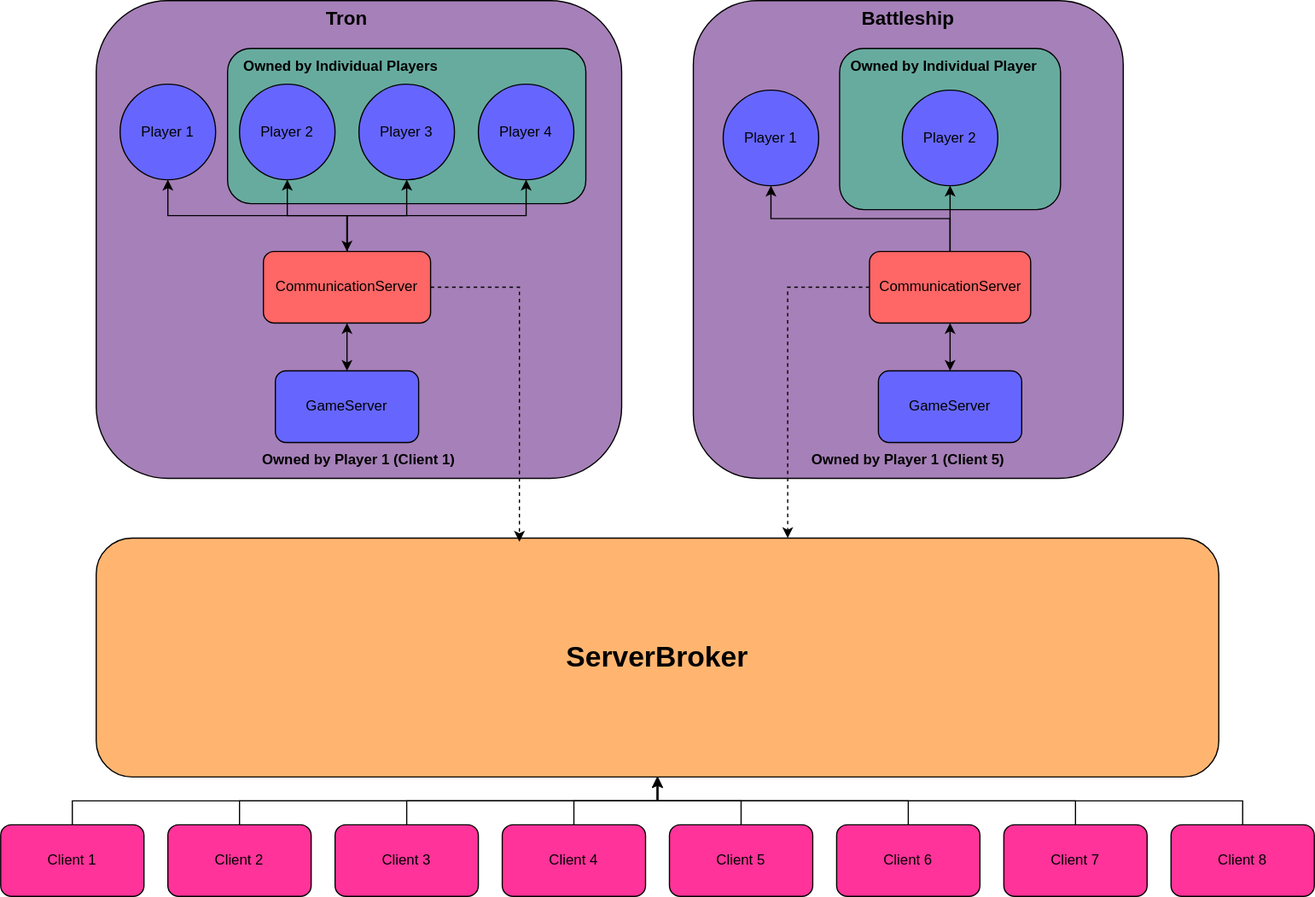
cole-glotfelty/Halligame keeps this draw.io diagram as topology/HalligameTopology.drawio.svg. Above is the earlier version. Source tidied: cells renumbered, new cells last; positions are measured from the earlier drawing's top-left corner, leaving out a move shared by most shapes.
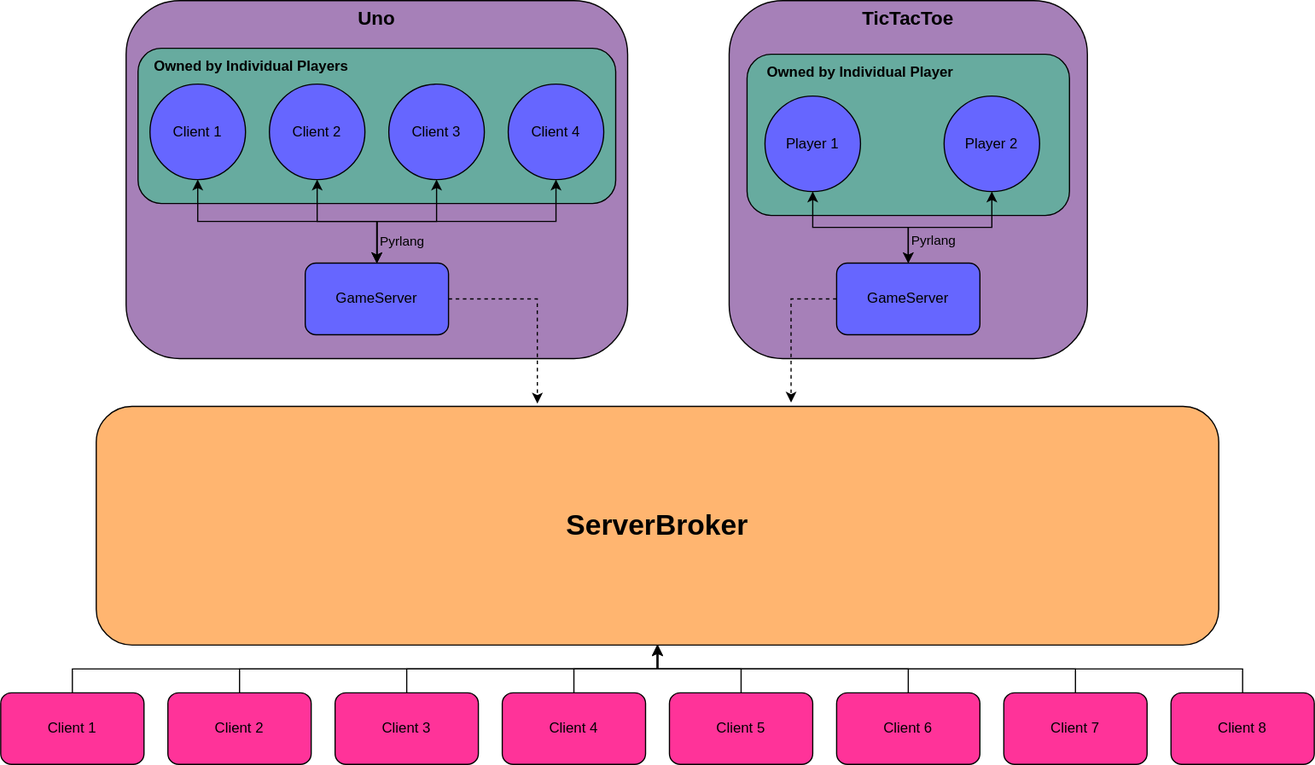
The same file after the commit.

Diff of the diagram source:
```diff
@@ -3,88 +3,34 @@
     <mxCell id="0" />
     <mxCell id="1" parent="0" />
     <mxCell id="2" style="rounded=1;whiteSpace=wrap;html=1;fillColor=#A680B8;" parent="1" vertex="1">
-      <mxGeometry x="580" width="360" height="400" as="geometry" />
+      <mxGeometry x="610" y="110" width="300" height="300" as="geometry" />
     </mxCell>
-    <mxCell id="3" style="rounded=1;whiteSpace=wrap;html=1;fillColor=#A680B8;align=center;" parent="1" vertex="1">
-      <mxGeometry x="80" width="440" height="400" as="geometry" />
-    </mxCell>
-    <mxCell id="4" style="rounded=1;whiteSpace=wrap;html=1;fillColor=#67AB9F;" parent="1" vertex="1">
-      <mxGeometry x="190" y="40" width="300" height="130" as="geometry" />
-    </mxCell>
-    <mxCell id="5" style="edgeStyle=orthogonalEdgeStyle;rounded=0;jettySize=auto;html=1;entryX=0.5;entryY=1;entryDx=0;entryDy=0;" parent="1" edge="1" source="9" target="14">
-      <mxGeometry relative="1" as="geometry" />
-    </mxCell>
-    <mxCell id="6" style="edgeStyle=orthogonalEdgeStyle;rounded=0;jettySize=auto;html=1;entryX=0.5;entryY=1;entryDx=0;entryDy=0;" parent="1" edge="1" source="9" target="13">
-      <mxGeometry relative="1" as="geometry" />
-    </mxCell>
-    <mxCell id="7" style="edgeStyle=orthogonalEdgeStyle;rounded=0;jettySize=auto;html=1;exitX=0.5;exitY=0;exitDx=0;exitDy=0;entryX=0.5;entryY=1;entryDx=0;entryDy=0;" parent="1" edge="1" source="9" target="12">
-      <mxGeometry relative="1" as="geometry" />
-    </mxCell>
-    <mxCell id="8" style="edgeStyle=orthogonalEdgeStyle;rounded=0;jettySize=auto;html=1;exitX=0.5;exitY=0;exitDx=0;exitDy=0;entryX=0.5;entryY=1;entryDx=0;entryDy=0;startArrow=classic;startFill=1;" parent="1" edge="1" source="9" target="15">
-      <mxGeometry relative="1" as="geometry" />
-    </mxCell>
-    <mxCell id="9" value="CommunicationServer" style="rounded=1;whiteSpace=wrap;html=1;fillColor=#FF6666;" parent="1" vertex="1">
-      <mxGeometry x="220" y="210" width="140" height="60" as="geometry" />
-    </mxCell>
-    <mxCell id="10" style="edgeStyle=orthogonalEdgeStyle;rounded=0;jettySize=auto;html=1;entryX=0.5;entryY=1;entryDx=0;entryDy=0;startArrow=classic;startFill=1;" parent="1" edge="1" source="11" target="9">
-      <mxGeometry relative="1" as="geometry" />
-    </mxCell>
-    <mxCell id="11" value="GameServer" style="rounded=1;whiteSpace=wrap;html=1;fillColor=#6666FF;" parent="1" vertex="1">
-      <mxGeometry x="230" y="310" width="120" height="60" as="geometry" />
-    </mxCell>
-    <mxCell id="12" value="Player 1" style="ellipse;whiteSpace=wrap;html=1;fillColor=#6666FF;" parent="1" vertex="1">
-      <mxGeometry x="100" y="70" width="80" height="80" as="geometry" />
-    </mxCell>
-    <mxCell id="13" value="Player 2" style="ellipse;whiteSpace=wrap;html=1;fillColor=#6666FF;" parent="1" vertex="1">
-      <mxGeometry x="200" y="70" width="80" height="80" as="geometry" />
-    </mxCell>
-    <mxCell id="14" value="Player 3" style="ellipse;whiteSpace=wrap;html=1;fillColor=#6666FF;" parent="1" vertex="1">
-      <mxGeometry x="300" y="70" width="80" height="80" as="geometry" />
-    </mxCell>
-    <mxCell id="15" value="Player 4" style="ellipse;whiteSpace=wrap;html=1;fillColor=#6666FF;" parent="1" vertex="1">
-      <mxGeometry x="400" y="70" width="80" height="80" as="geometry" />
-    </mxCell>
     <mxCell id="16" style="rounded=1;whiteSpace=wrap;html=1;fillColor=#67AB9F;" parent="1" vertex="1">
-      <mxGeometry x="702.5" y="40" width="185" height="135" as="geometry" />
+      <mxGeometry x="625" y="155" width="270" height="135" as="geometry" />
     </mxCell>
-    <mxCell id="17" style="edgeStyle=orthogonalEdgeStyle;rounded=0;jettySize=auto;html=1;entryX=0.5;entryY=1;entryDx=0;entryDy=0;" parent="1" edge="1" source="19" target="23">
-      <mxGeometry relative="1" as="geometry" />
-    </mxCell>
-    <mxCell id="18" style="edgeStyle=orthogonalEdgeStyle;rounded=0;jettySize=auto;html=1;exitX=0.5;exitY=0;exitDx=0;exitDy=0;entryX=0.5;entryY=1;entryDx=0;entryDy=0;" parent="1" edge="1" source="19" target="22">
-      <mxGeometry relative="1" as="geometry" />
-    </mxCell>
-    <mxCell id="19" value="CommunicationServer" style="rounded=1;whiteSpace=wrap;html=1;fillColor=#FF6666;" parent="1" vertex="1">
-      <mxGeometry x="727.5" y="210" width="135" height="60" as="geometry" />
-    </mxCell>
-    <mxCell id="20" style="edgeStyle=orthogonalEdgeStyle;rounded=0;jettySize=auto;html=1;entryX=0.5;entryY=1;entryDx=0;entryDy=0;startArrow=classic;startFill=1;" parent="1" edge="1" source="21" target="19">
-      <mxGeometry relative="1" as="geometry" />
-    </mxCell>
+    <mxCell id="49" style="edgeStyle=orthogonalEdgeStyle;rounded=0;jettySize=auto;html=1;exitX=0.5;exitY=0;exitDx=0;exitDy=0;entryX=0.5;entryY=1;entryDx=0;entryDy=0;startArrow=classic;startFill=1;" parent="1" edge="1" source="21" target="22">
+      <mxGeometry relative="1" as="geometry" />
+    </mxCell>
+    <mxCell id="50" style="edgeStyle=orthogonalEdgeStyle;rounded=0;jettySize=auto;html=1;exitX=0.5;exitY=0;exitDx=0;exitDy=0;entryX=0.5;entryY=1;entryDx=0;entryDy=0;startArrow=classic;startFill=1;" parent="1" edge="1" source="21" target="23">
+      <mxGeometry relative="1" as="geometry" />
+    </mxCell>
+    <mxCell id="51" value="&lt;span&gt;Pyrlang&lt;/span&gt;" style="edgeLabel;html=1;align=center;verticalAlign=middle;labelBackgroundColor=none;" parent="50" vertex="1">
+      <mxGeometry x="-0.7" relative="1" as="geometry">
+        <mxPoint x="20" as="offset" />
+      </mxGeometry>
+    </mxCell>
     <mxCell id="21" value="GameServer" style="rounded=1;whiteSpace=wrap;html=1;fillColor=#6666FF;" parent="1" vertex="1">
-      <mxGeometry x="735" y="310" width="120" height="60" as="geometry" />
+      <mxGeometry x="700" y="330" width="120" height="60" as="geometry" />
     </mxCell>
     <mxCell id="22" value="Player 1" style="ellipse;whiteSpace=wrap;html=1;fillColor=#6666FF;" parent="1" vertex="1">
-      <mxGeometry x="605" y="75" width="80" height="80" as="geometry" />
+      <mxGeometry x="640" y="190" width="80" height="80" as="geometry" />
     </mxCell>
     <mxCell id="23" value="Player 2" style="ellipse;whiteSpace=wrap;html=1;fillColor=#6666FF;" parent="1" vertex="1">
-      <mxGeometry x="755" y="75" width="80" height="80" as="geometry" />
+      <mxGeometry x="790" y="190" width="80" height="80" as="geometry" />
     </mxCell>
     <mxCell id="24" value="&lt;font style=&quot;font-size: 24px;&quot;&gt;&lt;b&gt;ServerBroker&lt;/b&gt;&lt;/font&gt;" style="rounded=1;whiteSpace=wrap;html=1;fillColor=#FFB570;" parent="1" vertex="1">
       <mxGeometry x="80" y="450" width="940" height="200" as="geometry" />
     </mxCell>
-    <mxCell id="25" style="edgeStyle=orthogonalEdgeStyle;rounded=0;jettySize=auto;html=1;entryX=0.616;entryY=0;entryDx=0;entryDy=0;entryPerimeter=0;dashed=1;" parent="1" edge="1" source="19" target="24">
-      <mxGeometry relative="1" as="geometry">
-        <Array as="points">
-          <mxPoint x="659" y="240" />
-        </Array>
-      </mxGeometry>
-    </mxCell>
-    <mxCell id="26" style="edgeStyle=orthogonalEdgeStyle;rounded=0;jettySize=auto;html=1;entryX=0.377;entryY=0.015;entryDx=0;entryDy=0;entryPerimeter=0;dashed=1;" parent="1" edge="1" source="9" target="24">
-      <mxGeometry relative="1" as="geometry">
-        <Array as="points">
-          <mxPoint x="434" y="240" />
-        </Array>
-      </mxGeometry>
-    </mxCell>
     <mxCell id="27" style="edgeStyle=orthogonalEdgeStyle;rounded=0;jettySize=auto;html=1;" parent="1" edge="1" source="28" target="24">
       <mxGeometry relative="1" as="geometry" />
     </mxCell>
@@ -133,23 +79,61 @@
     <mxCell id="42" value="Client 8" style="rounded=1;whiteSpace=wrap;html=1;fillColor=#FF3399;" parent="1" vertex="1">
       <mxGeometry x="980" y="690" width="120" height="60" as="geometry" />
     </mxCell>
-    <mxCell id="43" value="&lt;b&gt;Owned by Player 1 (Client 1)&lt;/b&gt;" style="text;html=1;align=center;verticalAlign=middle;whiteSpace=wrap;rounded=0;" parent="1" vertex="1">
-      <mxGeometry x="195" y="370" width="210" height="30" as="geometry" />
-    </mxCell>
-    <mxCell id="44" value="&lt;b&gt;Owned by Player 1&amp;nbsp;&lt;/b&gt;&lt;b style=&quot;background-color: transparent; color: light-dark(rgb(0, 0, 0), rgb(255, 255, 255));&quot;&gt;(Client 5)&lt;/b&gt;" style="text;html=1;align=center;verticalAlign=middle;whiteSpace=wrap;rounded=0;" parent="1" vertex="1">
-      <mxGeometry x="655" y="370" width="210" height="30" as="geometry" />
-    </mxCell>
+    <mxCell id="46" value="&lt;b&gt;Owned by Individual Player&lt;/b&gt;" style="text;html=1;align=center;verticalAlign=middle;whiteSpace=wrap;rounded=0;" parent="1" vertex="1">
+      <mxGeometry x="625" y="155" width="190" height="30" as="geometry" />
+    </mxCell>
+    <mxCell id="48" value="&lt;b&gt;&lt;font style=&quot;font-size: 16px;&quot;&gt;TicTacToe&lt;/font&gt;&lt;/b&gt;" style="text;html=1;align=center;verticalAlign=middle;whiteSpace=wrap;rounded=0;" parent="1" vertex="1">
+      <mxGeometry x="671.2" y="110" width="177.5" height="30" as="geometry" />
+    </mxCell>
+    <mxCell id="52" style="rounded=1;whiteSpace=wrap;html=1;fillColor=#A680B8;align=center;" parent="1" vertex="1">
+      <mxGeometry x="105" y="110" width="420" height="300" as="geometry" />
+    </mxCell>
+    <mxCell id="53" style="rounded=1;whiteSpace=wrap;html=1;fillColor=#67AB9F;" parent="1" vertex="1">
+      <mxGeometry x="115" y="150" width="400" height="130" as="geometry" />
+    </mxCell>
+    <mxCell id="54" style="edgeStyle=orthogonalEdgeStyle;rounded=0;jettySize=auto;html=1;entryX=0.5;entryY=1;entryDx=0;entryDy=0;startArrow=classic;startFill=1;" parent="1" edge="1" source="11" target="60">
+      <mxGeometry relative="1" as="geometry" />
+    </mxCell>
+    <mxCell id="55" style="edgeStyle=orthogonalEdgeStyle;rounded=0;jettySize=auto;html=1;exitX=0.5;exitY=0;exitDx=0;exitDy=0;entryX=0.5;entryY=1;entryDx=0;entryDy=0;startArrow=classic;startFill=1;" parent="1" edge="1" source="11" target="61">
+      <mxGeometry relative="1" as="geometry" />
+    </mxCell>
+    <mxCell id="56" style="edgeStyle=orthogonalEdgeStyle;rounded=0;jettySize=auto;html=1;exitX=0.5;exitY=0;exitDx=0;exitDy=0;entryX=0.5;entryY=1;entryDx=0;entryDy=0;startArrow=classic;startFill=1;" parent="1" edge="1" source="11" target="62">
+      <mxGeometry relative="1" as="geometry" />
+    </mxCell>
+    <mxCell id="57" style="edgeStyle=orthogonalEdgeStyle;rounded=0;jettySize=auto;html=1;exitX=0.5;exitY=0;exitDx=0;exitDy=0;entryX=0.5;entryY=1;entryDx=0;entryDy=0;startArrow=classic;startFill=1;" parent="1" edge="1" source="11" target="59">
+      <mxGeometry relative="1" as="geometry" />
+    </mxCell>
+    <mxCell id="58" value="Pyrlang" style="edgeLabel;html=1;align=center;verticalAlign=middle;labelBackgroundColor=none;" parent="57" vertex="1">
+      <mxGeometry x="-0.81" y="3" relative="1" as="geometry">
+        <mxPoint x="23" y="1" as="offset" />
+      </mxGeometry>
+    </mxCell>
+    <mxCell id="11" value="GameServer" style="rounded=1;whiteSpace=wrap;html=1;fillColor=#6666FF;" parent="1" vertex="1">
+      <mxGeometry x="255" y="330" width="120" height="60" as="geometry" />
+    </mxCell>
+    <mxCell id="59" value="Client 1" style="ellipse;whiteSpace=wrap;html=1;fillColor=#6666FF;" parent="1" vertex="1">
+      <mxGeometry x="125" y="180" width="80" height="80" as="geometry" />
+    </mxCell>
+    <mxCell id="60" value="Client 2" style="ellipse;whiteSpace=wrap;html=1;fillColor=#6666FF;" parent="1" vertex="1">
+      <mxGeometry x="225" y="180" width="80" height="80" as="geometry" />
+    </mxCell>
+    <mxCell id="61" value="Client 3" style="ellipse;whiteSpace=wrap;html=1;fillColor=#6666FF;" parent="1" vertex="1">
+      <mxGeometry x="325" y="180" width="80" height="80" as="geometry" />
+    </mxCell>
+    <mxCell id="62" value="Client 4" style="ellipse;whiteSpace=wrap;html=1;fillColor=#6666FF;" parent="1" vertex="1">
+      <mxGeometry x="425" y="180" width="80" height="80" as="geometry" />
+    </mxCell>
     <mxCell id="45" value="&lt;b&gt;Owned by Individual Players&lt;/b&gt;" style="text;html=1;align=center;verticalAlign=middle;whiteSpace=wrap;rounded=0;" parent="1" vertex="1">
-      <mxGeometry x="190" y="40" width="190" height="30" as="geometry" />
+      <mxGeometry x="115" y="150" width="190" height="30" as="geometry" />
     </mxCell>
-    <mxCell id="46" value="&lt;b&gt;Owned by Individual Player&lt;/b&gt;" style="text;html=1;align=center;verticalAlign=middle;whiteSpace=wrap;rounded=0;" parent="1" vertex="1">
-      <mxGeometry x="695" y="40" width="190" height="30" as="geometry" />
-    </mxCell>
-    <mxCell id="47" value="&lt;b&gt;&lt;font style=&quot;font-size: 16px;&quot;&gt;Tron&lt;/font&gt;&lt;/b&gt;" style="text;html=1;align=center;verticalAlign=middle;whiteSpace=wrap;rounded=0;" parent="1" vertex="1">
-      <mxGeometry x="260" width="60" height="30" as="geometry" />
-    </mxCell>
-    <mxCell id="48" value="&lt;b&gt;&lt;font style=&quot;font-size: 16px;&quot;&gt;Battleship&lt;/font&gt;&lt;/b&gt;" style="text;html=1;align=center;verticalAlign=middle;whiteSpace=wrap;rounded=0;" parent="1" vertex="1">
-      <mxGeometry x="671.2" width="177.5" height="30" as="geometry" />
-    </mxCell>
+    <mxCell id="63" value="&lt;b&gt;&lt;font style=&quot;font-size: 16px;&quot;&gt;Uno&lt;/font&gt;&lt;/b&gt;" style="text;html=1;align=center;verticalAlign=middle;whiteSpace=wrap;rounded=0;" parent="1" vertex="1">
+      <mxGeometry x="285" y="110" width="60" height="30" as="geometry" />
+    </mxCell>
+    <mxCell id="64" style="edgeStyle=orthogonalEdgeStyle;rounded=0;jettySize=auto;html=1;exitX=1;exitY=0.5;exitDx=0;exitDy=0;entryX=0.393;entryY=-0.012;entryDx=0;entryDy=0;entryPerimeter=0;dashed=1;" parent="1" edge="1" source="11" target="24">
+      <mxGeometry relative="1" as="geometry" />
+    </mxCell>
+    <mxCell id="65" style="edgeStyle=orthogonalEdgeStyle;rounded=0;jettySize=auto;html=1;exitX=0;exitY=0.5;exitDx=0;exitDy=0;entryX=0.619;entryY=-0.016;entryDx=0;entryDy=0;entryPerimeter=0;dashed=1;" parent="1" edge="1" source="21" target="24">
+      <mxGeometry relative="1" as="geometry" />
+    </mxCell>
   </root>
 </mxGraphModel>
```
